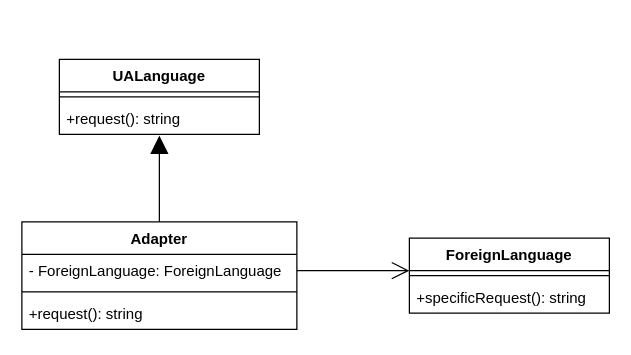
Earlier version of the draw.io diagram Structural/Adapter/adapter.drawio (VladTkachenko-page/Patterns). Source tidied: cells renumbered, new cells numbered last; positions are measured from the earlier drawing's top-left corner, leaving out a move shared by most shapes. Both pictures are drawn from the tidied source at 125%, with x=0, y=0 at pixel (21, 59).
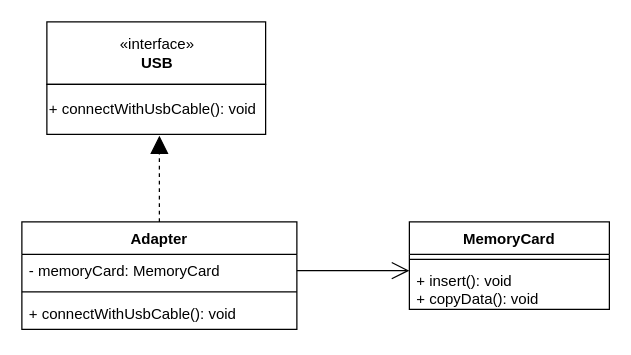
The same diagram, later.

The edit, as a diff of the source:
```diff
@@
 <mxGraphModel>
   <root>
     <mxCell id="0" />
     <mxCell id="1" parent="0" />
-    <mxCell id="2" value="UALanguage" style="swimlane;fontStyle=1;align=center;verticalAlign=top;horizontal=1;startSize=26;" parent="1" vertex="1">
-      <mxGeometry x="30" width="160" height="60" as="geometry" />
-    </mxCell>
-    <mxCell id="3" style="line;strokeWidth=1;fillColor=none;align=left;verticalAlign=middle;spacingTop=-1;spacingLeft=3;spacingRight=3;labelPosition=right;" parent="2" vertex="1">
-      <mxGeometry y="26" width="160" height="8" as="geometry" />
-    </mxCell>
-    <mxCell id="4" value="+request(): string" style="text;strokeColor=none;fillColor=none;align=left;verticalAlign=top;spacingLeft=4;spacingRight=4;overflow=hidden;points=[[0,0.5],[1,0.5]];portConstraint=eastwest;" parent="2" vertex="1">
-      <mxGeometry y="34" width="160" height="26" as="geometry" />
-    </mxCell>
     <mxCell id="5" value="Adapter" style="swimlane;fontStyle=1;align=center;verticalAlign=top;horizontal=1;startSize=26;" parent="1" vertex="1">
       <mxGeometry y="130" width="220" height="86" as="geometry" />
     </mxCell>
-    <mxCell id="6" value="- ForeignLanguage: ForeignLanguage" style="text;strokeColor=none;fillColor=none;align=left;verticalAlign=top;spacingLeft=4;spacingRight=4;overflow=hidden;points=[[0,0.5],[1,0.5]];portConstraint=eastwest;" parent="5" vertex="1">
+    <mxCell id="6" value="- memoryCard: MemoryCard" style="text;strokeColor=none;fillColor=none;align=left;verticalAlign=top;spacingLeft=4;spacingRight=4;overflow=hidden;points=[[0,0.5],[1,0.5]];portConstraint=eastwest;" parent="5" vertex="1">
       <mxGeometry y="26" width="220" height="26" as="geometry" />
     </mxCell>
     <mxCell id="7" style="line;strokeWidth=1;fillColor=none;align=left;verticalAlign=middle;spacingTop=-1;spacingLeft=3;spacingRight=3;labelPosition=right;" parent="5" vertex="1">
       <mxGeometry y="52" width="220" height="8" as="geometry" />
     </mxCell>
-    <mxCell id="8" value="+request(): string" style="text;strokeColor=none;fillColor=none;align=left;verticalAlign=top;spacingLeft=4;spacingRight=4;overflow=hidden;" parent="5" vertex="1">
+    <mxCell id="8" value="+ connectWithUsbCable(): void" style="text;strokeColor=none;fillColor=none;align=left;verticalAlign=top;spacingLeft=4;spacingRight=4;overflow=hidden;" parent="5" vertex="1">
       <mxGeometry y="60" width="220" height="26" as="geometry" />
     </mxCell>
-    <mxCell id="9" style="endArrow=block;endFill=1;endSize=12;html=1;entryX=0.5;entryY=1.038;entryDx=0;entryDy=0;entryPerimeter=0;exitX=0.5;exitY=0;exitDx=0;exitDy=0;" parent="1" edge="1" source="5" target="4">
-      <mxGeometry relative="1" as="geometry" />
+    <mxCell id="9" style="endArrow=block;endFill=1;endSize=12;html=1;entryX=0.5;entryY=1.038;entryDx=0;entryDy=0;entryPerimeter=0;exitX=0.5;exitY=0;exitDx=0;exitDy=0;dashed=1;" parent="1" edge="1" source="5">
+      <mxGeometry relative="1" as="geometry">
+        <mxPoint x="110" y="61" as="targetPoint" />
+      </mxGeometry>
     </mxCell>
-    <mxCell id="10" value="ForeignLanguage" style="swimlane;fontStyle=1;align=center;verticalAlign=top;horizontal=1;startSize=26;" parent="1" vertex="1">
-      <mxGeometry x="310" y="143" width="160" height="60" as="geometry" />
+    <mxCell id="10" value="MemoryCard" style="swimlane;fontStyle=1;align=center;verticalAlign=top;horizontal=1;startSize=26;" parent="1" vertex="1">
+      <mxGeometry x="310" y="130" width="160" height="70" as="geometry" />
     </mxCell>
     <mxCell id="11" style="line;strokeWidth=1;fillColor=none;align=left;verticalAlign=middle;spacingTop=-1;spacingLeft=3;spacingRight=3;labelPosition=right;" parent="10" vertex="1">
       <mxGeometry y="26" width="160" height="8" as="geometry" />
     </mxCell>
-    <mxCell id="12" value="+specificRequest(): string" style="text;strokeColor=none;fillColor=none;align=left;verticalAlign=top;spacingLeft=4;spacingRight=4;overflow=hidden;" parent="10" vertex="1">
-      <mxGeometry y="34" width="160" height="26" as="geometry" />
+    <mxCell id="12" value="+ insert(): void&#10;+ copyData(): void" style="text;strokeColor=none;fillColor=none;align=left;verticalAlign=top;spacingLeft=4;spacingRight=4;overflow=hidden;" parent="10" vertex="1">
+      <mxGeometry y="34" width="160" height="36" as="geometry" />
     </mxCell>
     <mxCell id="13" style="endArrow=open;endFill=1;endSize=12;html=1;exitX=1;exitY=0.5;exitDx=0;exitDy=0;" parent="1" edge="1" source="6">
       <mxGeometry relative="1" as="geometry">
         <mxPoint x="310" y="169" as="targetPoint" />
       </mxGeometry>
     </mxCell>
+    <mxCell id="14" style="group;" parent="1" vertex="1">
+      <mxGeometry x="20" y="-30" width="175" height="90" as="geometry" />
+    </mxCell>
+    <mxCell id="15" value="«interface»&lt;br&gt;&lt;b&gt;USB&lt;/b&gt;" style="html=1;" parent="14" vertex="1">
+      <mxGeometry width="175" height="50" as="geometry" />
+    </mxCell>
+    <mxCell id="16" value="&lt;span&gt;+ connectWithUsbCable():&amp;nbsp;void&lt;/span&gt;" style="html=1;align=left;" parent="14" vertex="1">
+      <mxGeometry y="50" width="175" height="40" as="geometry" />
+    </mxCell>
   </root>
 </mxGraphModel>
```
